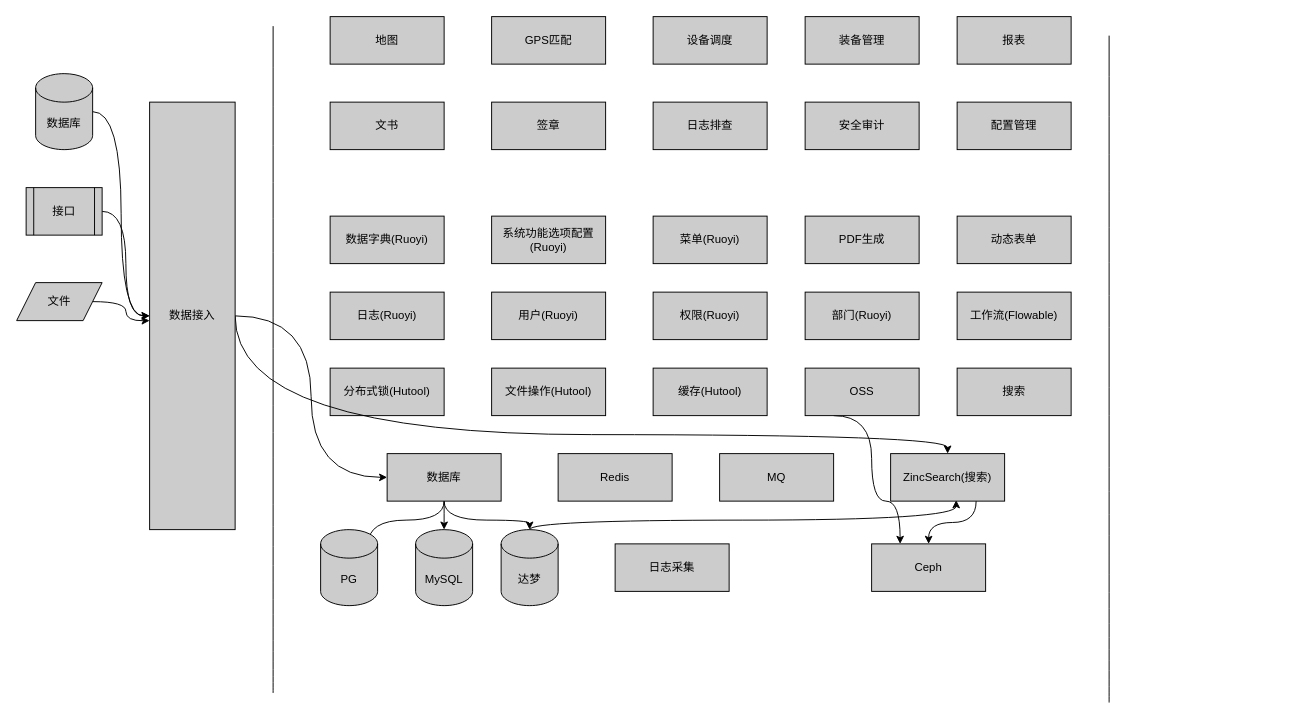
jackyliu/design keeps this draw.io diagram as page "技术体系" (4 of 4) of doc/工程中心年终总结.drawio. Above is the earlier version. Source tidied: cells renumbered, new cells numbered last; positions are measured from the earlier drawing's top-left corner, leaving out a move shared by most shapes. Both pictures are drawn from the tidied source at 95%, with x=0, y=0 at pixel (16, 16).
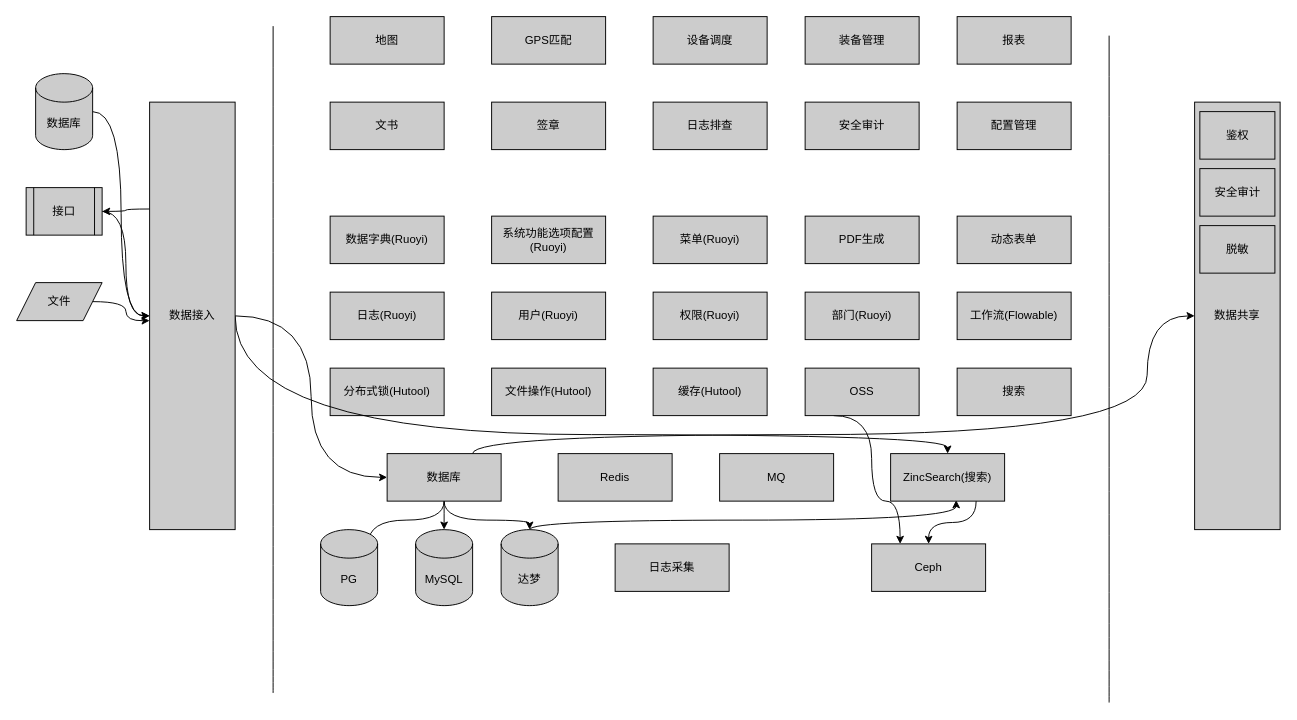
Above is the later version.

Commit message (it also covers changes not shown here):
更新工程中心年终总结.drawio

Unchanged cells that the change refers to:
```xml
<mxCell id="5" value="数据库" style="rounded=0;whiteSpace=wrap;html=1;fillColor=#CCCCCC;" parent="1" vertex="1">
  <mxGeometry x="390" y="460" width="120" height="50" as="geometry" />
</mxCell>
<mxCell id="48" value="数据接入" style="rounded=0;whiteSpace=wrap;html=1;fillColor=#CCCCCC;" parent="1" vertex="1">
  <mxGeometry x="140" y="90" width="90" height="450" as="geometry" />
</mxCell>
<mxCell id="50" value="接口" style="shape=process;whiteSpace=wrap;html=1;backgroundOutline=1;fillColor=#CCCCCC;" parent="1" vertex="1">
  <mxGeometry x="10" y="180" width="80" height="50" as="geometry" />
</mxCell>
```

What changed in the source:
```diff
@@
+    <mxCell id="53" style="edgeStyle=orthogonalEdgeStyle;curved=1;rounded=0;jettySize=auto;html=1;exitX=0.75;exitY=0;exitDx=0;exitDy=0;entryX=0;entryY=0.5;entryDx=0;entryDy=0;" parent="1" edge="1" source="5" target="55">
+      <mxGeometry relative="1" as="geometry">
+        <Array as="points">
+          <mxPoint x="480" y="440" />
+          <mxPoint x="1190" y="440" />
+          <mxPoint x="1190" y="315" />
+        </Array>
+      </mxGeometry>
+    </mxCell>
@@
+    <mxCell id="54" style="edgeStyle=orthogonalEdgeStyle;curved=1;rounded=0;jettySize=auto;html=1;exitX=0;exitY=0.25;exitDx=0;exitDy=0;entryX=1;entryY=0.5;entryDx=0;entryDy=0;" parent="1" edge="1" source="48" target="50">
+      <mxGeometry relative="1" as="geometry" />
+    </mxCell>
@@
+    <mxCell id="55" value="数据共享" style="rounded=0;whiteSpace=wrap;html=1;fillColor=#CCCCCC;" parent="1" vertex="1">
+      <mxGeometry x="1240" y="90" width="90" height="450" as="geometry" />
+    </mxCell>
+    <mxCell id="56" value="鉴权" style="rounded=0;whiteSpace=wrap;html=1;fillColor=#CCCCCC;" parent="1" vertex="1">
+      <mxGeometry x="1245.5" y="100" width="79" height="50" as="geometry" />
+    </mxCell>
+    <mxCell id="57" value="安全审计" style="rounded=0;whiteSpace=wrap;html=1;fillColor=#CCCCCC;" parent="1" vertex="1">
+      <mxGeometry x="1245.5" y="160" width="79" height="50" as="geometry" />
+    </mxCell>
+    <mxCell id="58" value="脱敏" style="rounded=0;whiteSpace=wrap;html=1;fillColor=#CCCCCC;" parent="1" vertex="1">
+      <mxGeometry x="1245.5" y="220" width="79" height="50" as="geometry" />
+    </mxCell>
```
